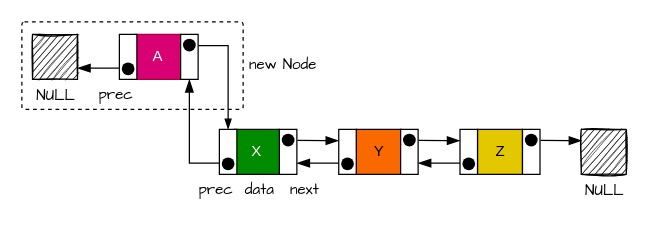
Above: page "图1-5" (5 of 8) of doc/2022-07-30-array-list.drawio in fuzhengwei/java-algorithms (draw.io), before the change. Source tidied: cells renumbered, new cells numbered last; positions are measured from the earlier drawing's top-left corner, leaving out a move shared by most shapes. Both pictures are drawn from the tidied source at 125%, with x=0, y=0 at pixel (21, 21).
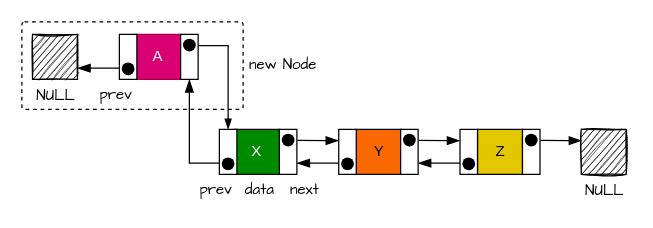
After the change.

Change to the diagram source:
```diff
@@
-    <mxCell id="28" value="prec" style="text;html=1;align=center;verticalAlign=middle;strokeColor=none;fillColor=none;fontFamily=Comic Sans MS;" parent="1" vertex="1">
-      <mxGeometry x="137.5" y="125.5" width="35" height="18" as="geometry" />
+    <mxCell id="28" value="prev" style="text;html=1;align=center;verticalAlign=middle;strokeColor=none;fillColor=none;fontFamily=Comic Sans MS;" parent="1" vertex="1">
+      <mxGeometry x="133.5" y="121.5" width="43" height="26" as="geometry" />
     </mxCell>
@@
-    <mxCell id="36" value="prec" style="text;html=1;align=center;verticalAlign=middle;strokeColor=none;fillColor=none;fontFamily=Comic Sans MS;" parent="1" vertex="1">
-      <mxGeometry x="57.5" y="49.5" width="35" height="18" as="geometry" />
+    <mxCell id="36" value="prev" style="text;html=1;align=center;verticalAlign=middle;strokeColor=none;fillColor=none;fontFamily=Comic Sans MS;" parent="1" vertex="1">
+      <mxGeometry x="53.5" y="45.5" width="43" height="26" as="geometry" />
     </mxCell>
```
